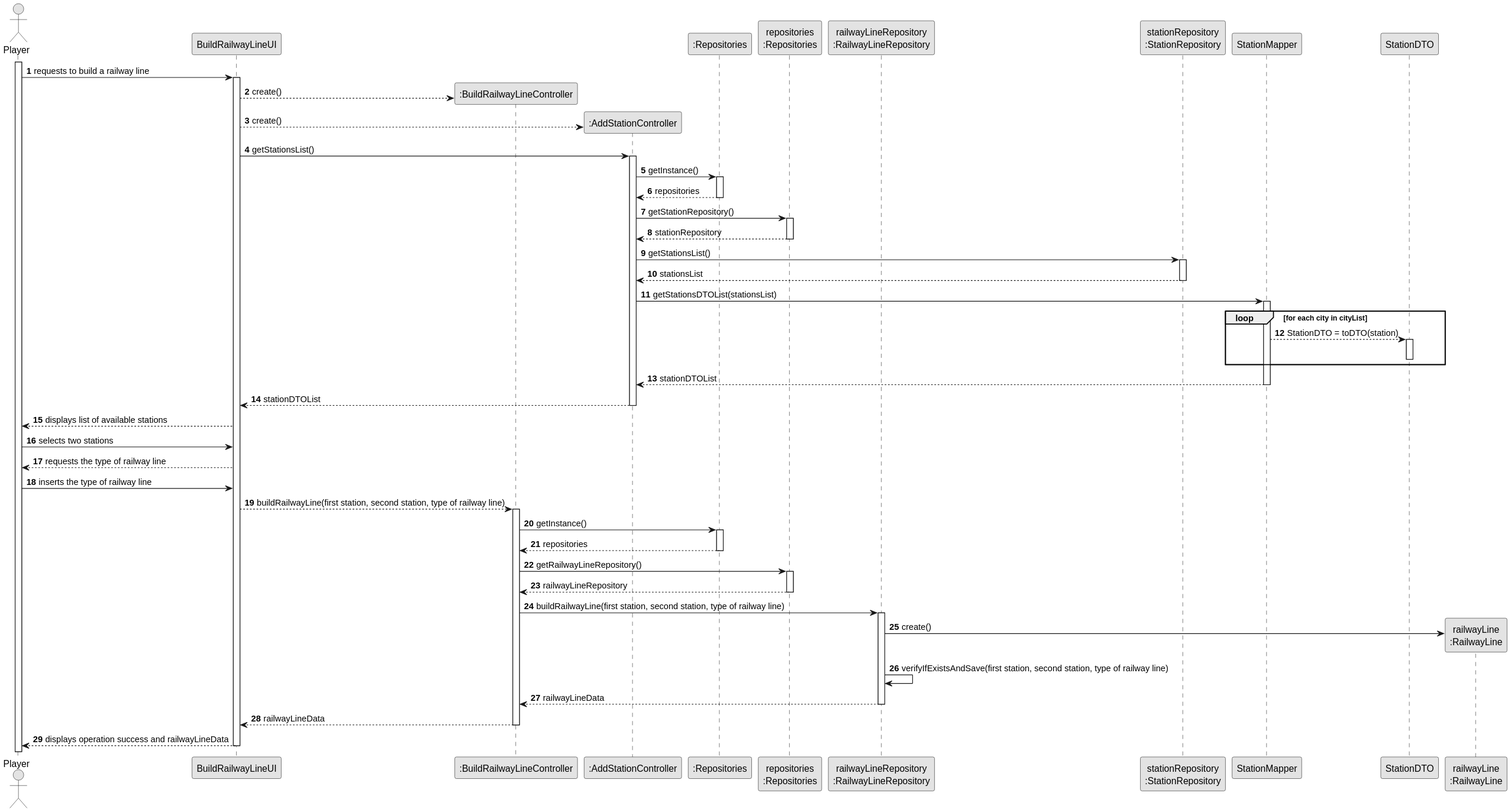
ivasduarte/all-aboard keeps this PlantUML diagram as docs/sprint3/us008/03.design/svg/us008-sequence-diagram-full.svg. Above is the earlier version.
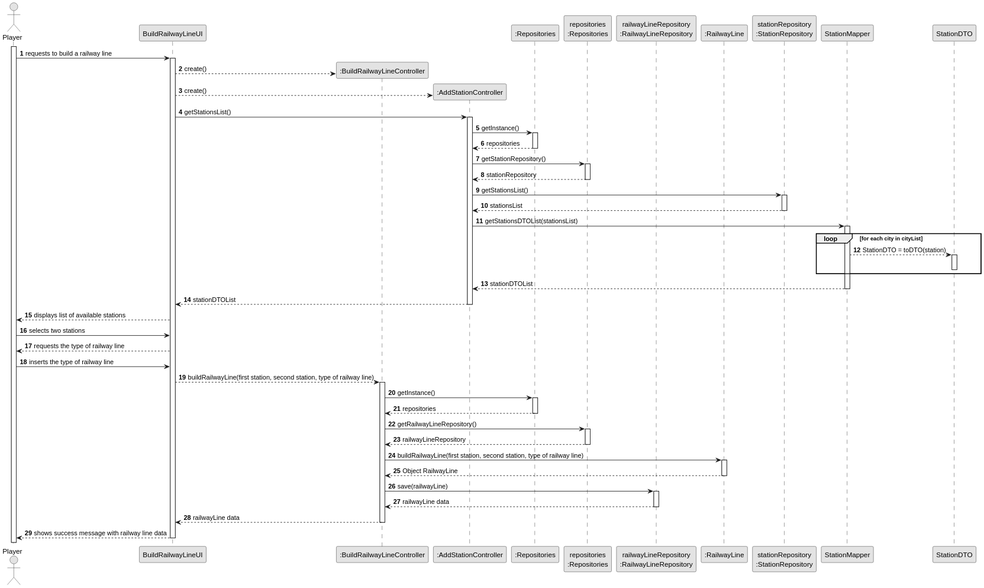
The same file after the commit.

What changed in the source:
```diff
@@ -22,6 +22,7 @@
 participant ":Repositories" as RepositorySingleton
 participant "repositories\n:Repositories" as PLAT
 participant "railwayLineRepository\n:RailwayLineRepository" as railwayLineRepository
+participant ":RailwayLine" as RailwayLine
 participant "stationRepository\n:StationRepository" as cityRepo
 participant "StationMapper" as cityMapper
 participant "StationDTO" as cityDTO
@@ -78,19 +79,21 @@
 PLAT --> railCTRL : railwayLineRepository
 deactivate PLAT
 
-railCTRL -> railwayLineRepository : buildRailwayLine(first station, second station, type of railway line)
+railCTRL -> RailwayLine : buildRailwayLine(first station, second station, type of railway line)
+activate RailwayLine
+
+RailwayLine --> railCTRL : Object RailwayLine
+deactivate RailwayLine
+
+railCTRL -> railwayLineRepository : save(railwayLine)
 activate railwayLineRepository
 
-create "railwayLine\n:RailwayLine" as RailwayLine
-railwayLineRepository -> RailwayLine : create()
-railwayLineRepository -> railwayLineRepository : verifyIfExistsAndSave(first station, second station, type of railway line)
-
-railwayLineRepository --> railCTRL : railwayLineData
+railwayLineRepository --> railCTRL : railwayLine data
 deactivate railwayLineRepository
 
-railCTRL --> UI : railwayLineData
+railCTRL --> UI : railwayLine data
 deactivate railCTRL
 
-UI --> Editor : displays operation success and railwayLineData
+UI --> Editor : shows success message with railway line data
 deactivate UI
 @enduml
```
